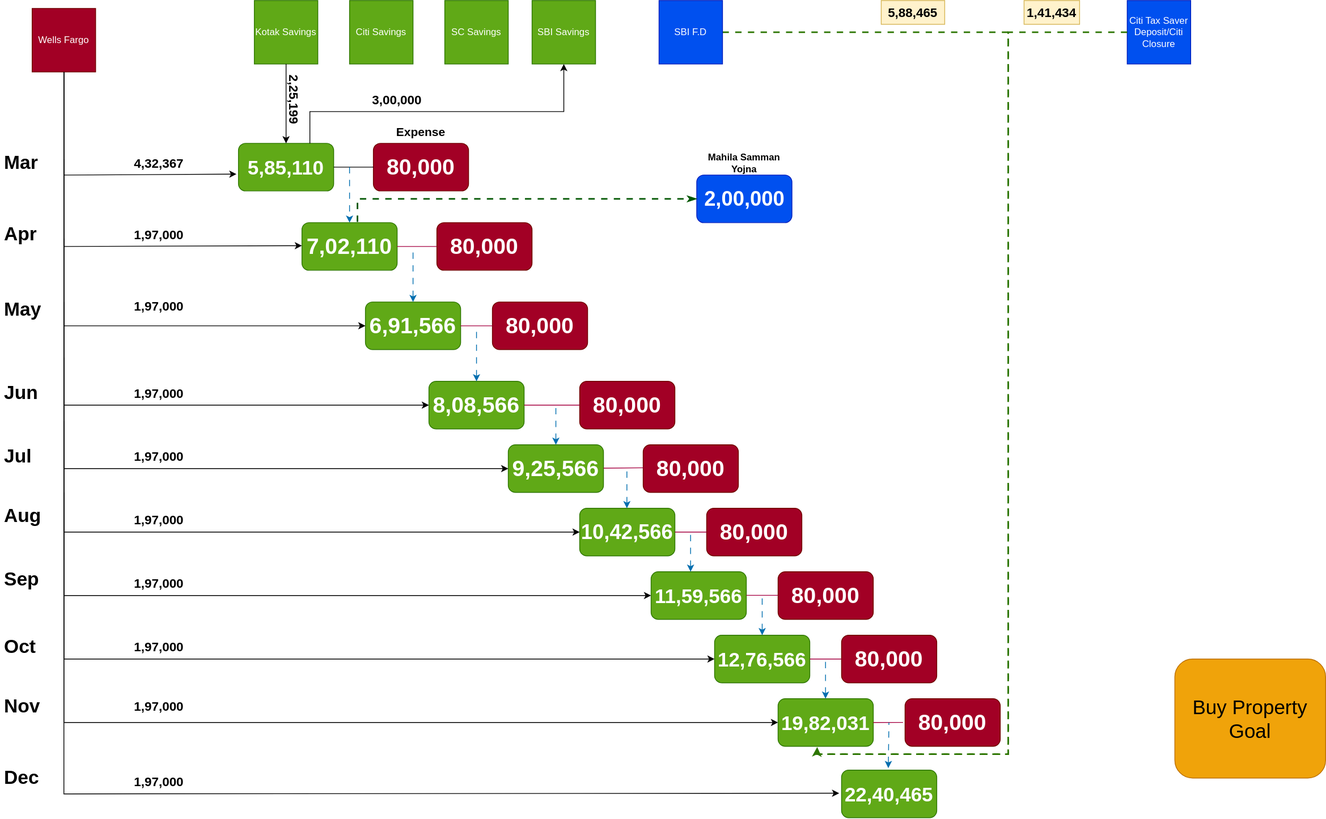
Above: Investments.drawio.svg in uchiharizvi/design-diagrams (draw.io), before the change. Source tidied: cells renumbered, new cells last; positions are measured from the earlier drawing's top-left corner, leaving out a move shared by most shapes.
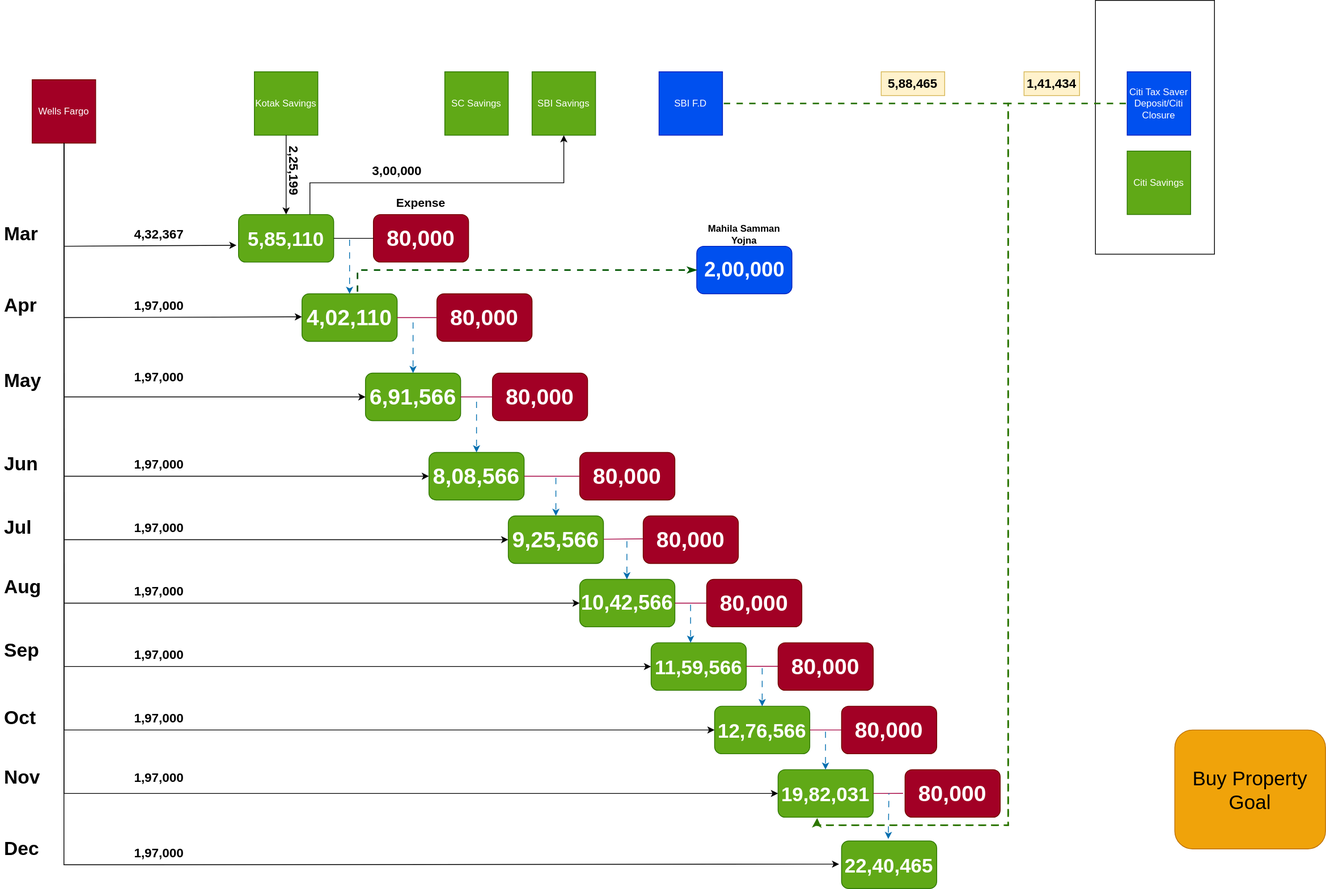
Above is the later version.

Diff of the diagram source:
```diff
@@ -2,6 +2,9 @@
   <root>
     <mxCell id="0" />
     <mxCell id="1" parent="0" />
+    <mxCell id="89" style="rounded=0;whiteSpace=wrap;html=1;" parent="1" vertex="1">
+      <mxGeometry x="1380" y="-90" width="150" height="320" as="geometry" />
+    </mxCell>
     <mxCell id="2" value="&lt;font style=&quot;font-size: 25px;&quot;&gt;5,85,110&lt;/font&gt;" style="rounded=1;whiteSpace=wrap;html=1;fontStyle=1;fillColor=#60a917;fontColor=#ffffff;strokeColor=#2D7600;" parent="1" vertex="1">
       <mxGeometry x="300" y="180" width="120" height="60" as="geometry" />
     </mxCell>
@@ -30,7 +33,7 @@
     <mxCell id="9" style="endArrow=none;html=1;rounded=0;exitX=1;exitY=0.5;exitDx=0;exitDy=0;entryX=0;entryY=0.5;entryDx=0;entryDy=0;" parent="1" edge="1" source="2" target="3">
       <mxGeometry relative="1" as="geometry" />
     </mxCell>
-    <mxCell id="10" value="&lt;font style=&quot;font-size: 28px;&quot;&gt;7,02,110&lt;/font&gt;" style="rounded=1;whiteSpace=wrap;html=1;fontStyle=1;fillColor=#60a917;fontColor=#ffffff;strokeColor=#2D7600;" parent="1" vertex="1">
+    <mxCell id="10" value="&lt;font style=&quot;font-size: 28px;&quot;&gt;4,02,110&lt;/font&gt;" style="rounded=1;whiteSpace=wrap;html=1;fontStyle=1;fillColor=#60a917;fontColor=#ffffff;strokeColor=#2D7600;" parent="1" vertex="1">
       <mxGeometry x="380" y="280" width="120" height="60" as="geometry" />
     </mxCell>
     <mxCell id="11" value="&lt;h1&gt;Apr&lt;/h1&gt;" style="text;html=1;spacing=5;spacingTop=-20;whiteSpace=wrap;overflow=hidden;rounded=0;" parent="1" vertex="1">
@@ -138,7 +141,7 @@
       <mxGeometry x="340" y="110" width="60" height="30" as="geometry" />
     </mxCell>
     <mxCell id="35" value="Citi Savings" style="whiteSpace=wrap;html=1;fillColor=#60a917;fontColor=#ffffff;strokeColor=#2D7600;" parent="1" vertex="1">
-      <mxGeometry x="440" width="80" height="80" as="geometry" />
+      <mxGeometry x="1420" y="100" width="80" height="80" as="geometry" />
     </mxCell>
     <mxCell id="36" value="SC Savings" style="whiteSpace=wrap;html=1;fillColor=#60a917;fontColor=#ffffff;strokeColor=#2D7600;" parent="1" vertex="1">
       <mxGeometry x="560" width="80" height="80" as="geometry" />
```
